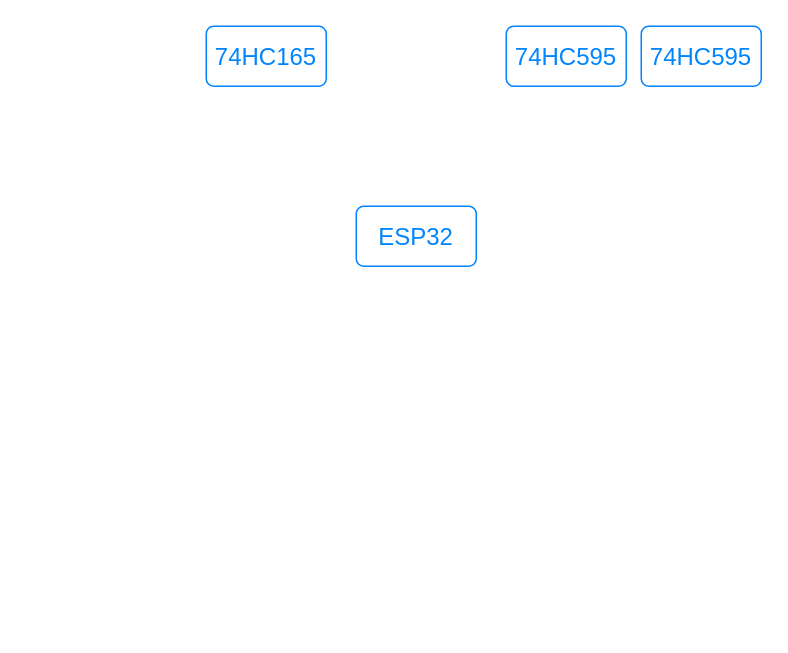
This is 未命名绘图.drawio from lanhaosmile/rs-site, a draw.io file, before an edit. Source tidied: cells renumbered, new cells numbered last; positions are measured from the earlier drawing's top-left corner, leaving out a move shared by most shapes. Both pictures are drawn from the tidied source at 150%, with x=0, y=0 at pixel (206, 26).
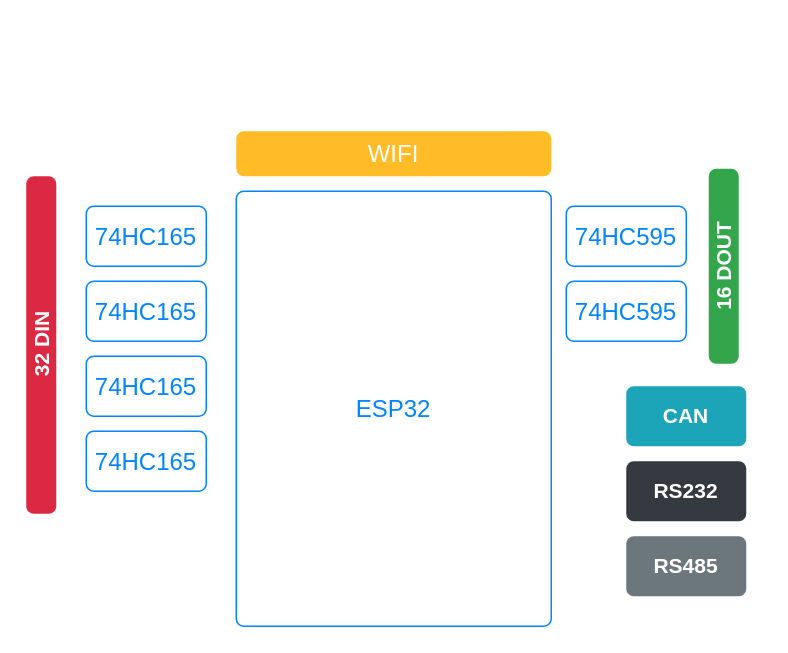
The same page after the edit.

Commit message:
更新未命名绘图.drawio

What changed in the source:
```diff
@@
 <mxGraphModel>
   <root>
     <mxCell id="0" />
     <mxCell id="1" parent="0" />
     <mxCell id="2" value="&lt;div&gt;ESP32&lt;/div&gt;" style="html=1;shadow=0;dashed=0;shape=mxgraph.bootstrap.rrect;rSize=5;strokeColor=#0085FC;strokeWidth=1;fillColor=none;fontColor=#0085FC;whiteSpace=wrap;align=center;verticalAlign=middle;spacingLeft=0;fontStyle=0;fontSize=16;spacing=5;" parent="1" vertex="1">
-      <mxGeometry x="100" y="120" width="80" height="40" as="geometry" />
+      <mxGeometry x="20" y="110" width="210" height="290" as="geometry" />
     </mxCell>
     <mxCell id="3" value="74HC595" style="html=1;shadow=0;dashed=0;shape=mxgraph.bootstrap.rrect;rSize=5;strokeColor=#0085FC;strokeWidth=1;fillColor=none;fontColor=#0085FC;whiteSpace=wrap;align=center;verticalAlign=middle;spacingLeft=0;fontStyle=0;fontSize=16;spacing=5;" parent="1" vertex="1">
-      <mxGeometry x="200" width="80" height="40" as="geometry" />
+      <mxGeometry x="240" y="120" width="80" height="40" as="geometry" />
     </mxCell>
     <mxCell id="4" value="74HC595" style="html=1;shadow=0;dashed=0;shape=mxgraph.bootstrap.rrect;rSize=5;strokeColor=#0085FC;strokeWidth=1;fillColor=none;fontColor=#0085FC;whiteSpace=wrap;align=center;verticalAlign=middle;spacingLeft=0;fontStyle=0;fontSize=16;spacing=5;" parent="1" vertex="1">
-      <mxGeometry x="290" width="80" height="40" as="geometry" />
+      <mxGeometry x="240" y="170" width="80" height="40" as="geometry" />
     </mxCell>
     <mxCell id="5" value="74HC165" style="html=1;shadow=0;dashed=0;shape=mxgraph.bootstrap.rrect;rSize=5;strokeColor=#0085FC;strokeWidth=1;fillColor=none;fontColor=#0085FC;whiteSpace=wrap;align=center;verticalAlign=middle;spacingLeft=0;fontStyle=0;fontSize=16;spacing=5;" parent="1" vertex="1">
-      <mxGeometry width="80" height="40" as="geometry" />
+      <mxGeometry x="-80" y="270" width="80" height="40" as="geometry" />
     </mxCell>
+    <mxCell id="6" value="74HC165" style="html=1;shadow=0;dashed=0;shape=mxgraph.bootstrap.rrect;rSize=5;strokeColor=#0085FC;strokeWidth=1;fillColor=none;fontColor=#0085FC;whiteSpace=wrap;align=center;verticalAlign=middle;spacingLeft=0;fontStyle=0;fontSize=16;spacing=5;" parent="1" vertex="1">
+      <mxGeometry x="-80" y="220" width="80" height="40" as="geometry" />
+    </mxCell>
+    <mxCell id="7" value="74HC165" style="html=1;shadow=0;dashed=0;shape=mxgraph.bootstrap.rrect;rSize=5;strokeColor=#0085FC;strokeWidth=1;fillColor=none;fontColor=#0085FC;whiteSpace=wrap;align=center;verticalAlign=middle;spacingLeft=0;fontStyle=0;fontSize=16;spacing=5;" parent="1" vertex="1">
+      <mxGeometry x="-80" y="120" width="80" height="40" as="geometry" />
+    </mxCell>
+    <mxCell id="8" value="74HC165" style="html=1;shadow=0;dashed=0;shape=mxgraph.bootstrap.rrect;rSize=5;strokeColor=#0085FC;strokeWidth=1;fillColor=none;fontColor=#0085FC;whiteSpace=wrap;align=center;verticalAlign=middle;spacingLeft=0;fontStyle=0;fontSize=16;spacing=5;" parent="1" vertex="1">
+      <mxGeometry x="-80" y="170" width="80" height="40" as="geometry" />
+    </mxCell>
+    <mxCell id="9" value="&lt;div&gt;16 DOUT&lt;/div&gt;" style="html=1;shadow=0;dashed=0;shape=mxgraph.bootstrap.rrect;rSize=5;strokeColor=none;strokeWidth=1;fillColor=#33A64C;fontColor=#FFFFFF;whiteSpace=wrap;align=center;verticalAlign=middle;spacingLeft=0;fontStyle=1;fontSize=14;spacing=5;rotation=-90;" parent="1" vertex="1">
+      <mxGeometry x="280" y="150" width="130" height="20" as="geometry" />
+    </mxCell>
+    <mxCell id="10" value="&lt;div style=&quot;font-size: 14px;&quot;&gt;CAN&lt;/div&gt;" style="html=1;shadow=0;dashed=0;shape=mxgraph.bootstrap.rrect;rSize=5;strokeColor=none;strokeWidth=1;fillColor=#1CA5B8;fontColor=#FFFFFF;whiteSpace=wrap;align=center;verticalAlign=middle;spacingLeft=0;fontStyle=1;fontSize=14;spacing=5;" parent="1" vertex="1">
+      <mxGeometry x="280" y="240" width="80" height="40" as="geometry" />
+    </mxCell>
+    <mxCell id="11" value="&lt;div&gt;RS232&lt;/div&gt;" style="html=1;shadow=0;dashed=0;shape=mxgraph.bootstrap.rrect;rSize=5;strokeColor=none;strokeWidth=1;fillColor=#343A40;fontColor=#FFFFFF;whiteSpace=wrap;align=center;verticalAlign=middle;spacingLeft=0;fontStyle=1;fontSize=14;spacing=2;" parent="1" vertex="1">
+      <mxGeometry x="280" y="290" width="80" height="40" as="geometry" />
+    </mxCell>
+    <mxCell id="12" value="RS485" style="html=1;shadow=0;dashed=0;shape=mxgraph.bootstrap.rrect;rSize=5;strokeColor=none;strokeWidth=1;fillColor=#6C767D;fontColor=#FFFFFF;whiteSpace=wrap;align=center;verticalAlign=middle;spacingLeft=0;fontStyle=1;fontSize=14;" parent="1" vertex="1">
+      <mxGeometry x="280" y="340" width="80" height="40" as="geometry" />
+    </mxCell>
+    <mxCell id="13" value="WIFI" style="html=1;shadow=0;dashed=0;shape=mxgraph.bootstrap.rrect;rSize=5;strokeColor=none;strokeWidth=1;fillColor=#FFBC26;fontColor=#FFFFFF;whiteSpace=wrap;align=center;verticalAlign=middle;spacingLeft=0;fontStyle=0;fontSize=16;spacing=5;" parent="1" vertex="1">
+      <mxGeometry x="20" y="70" width="210" height="30" as="geometry" />
+    </mxCell>
+    <mxCell id="14" value="&lt;div&gt;32 DIN&lt;/div&gt;" style="html=1;shadow=0;dashed=0;shape=mxgraph.bootstrap.rrect;rSize=5;strokeColor=none;strokeWidth=1;fillColor=#DB2843;fontColor=#FFFFFF;whiteSpace=wrap;align=center;verticalAlign=middle;spacingLeft=0;fontStyle=1;fontSize=14;spacing=5;rotation=-90;" parent="1" vertex="1">
+      <mxGeometry x="-222.5" y="202.5" width="225" height="20" as="geometry" />
+    </mxCell>
   </root>
 </mxGraphModel>
```
